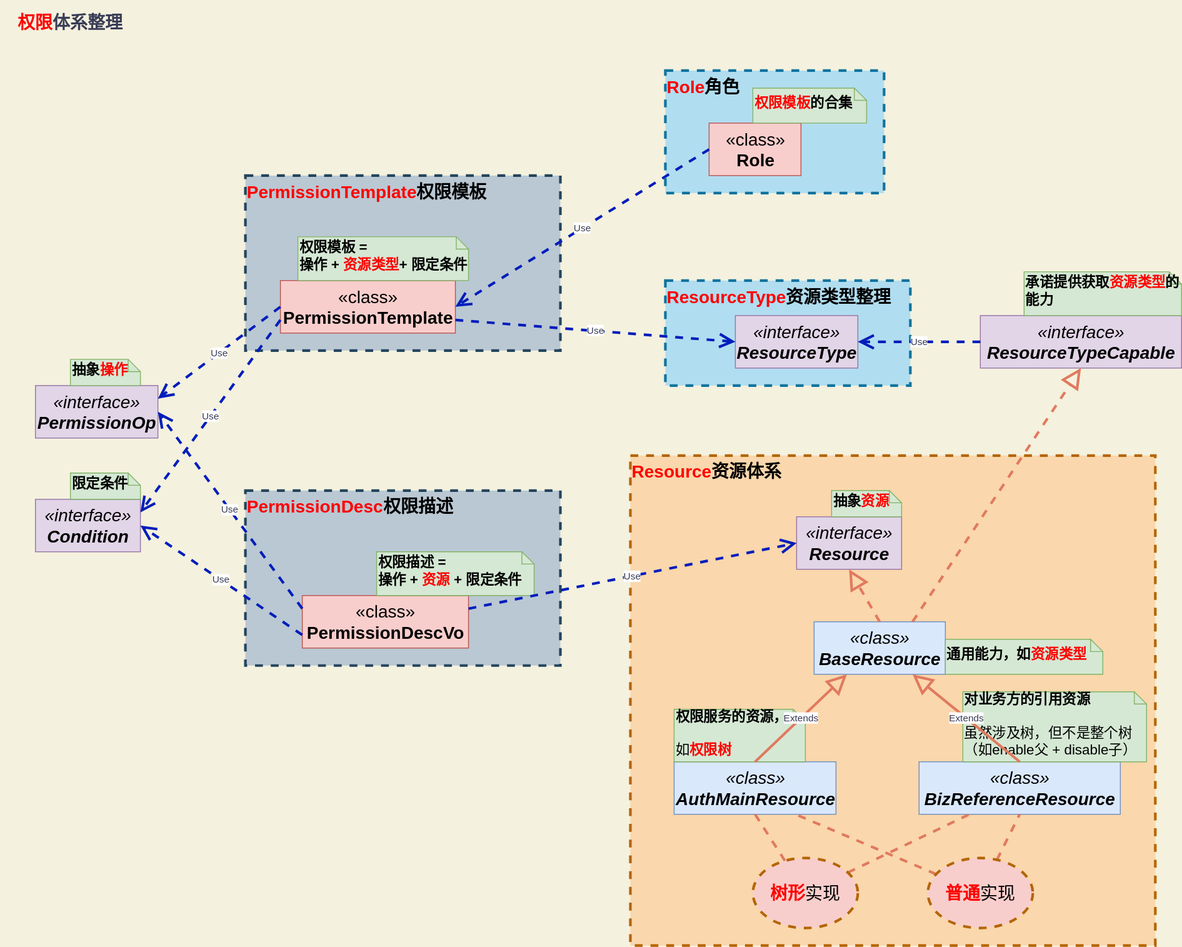
Above: src/main/resources/images/design/02_权限梳理.svg in Jinhua-Lee/Learning (draw.io), before the change. Source tidied: cells renumbered, new cells last; positions are measured from the earlier drawing's top-left corner, leaving out a move shared by most shapes.
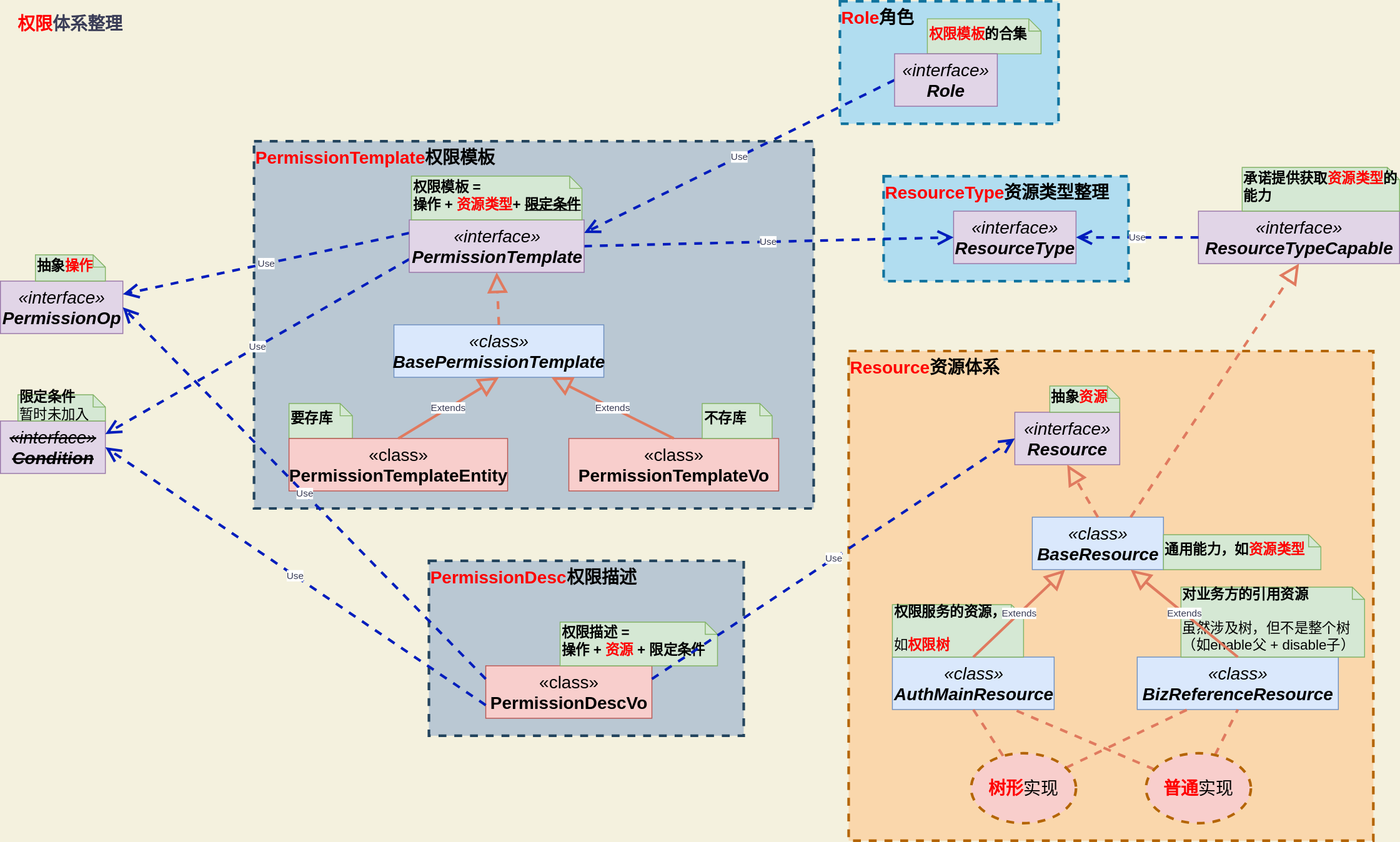
The same diagram one commit later.

Diff of the diagram source:
```diff
@@ -2,14 +2,23 @@
   <root>
     <mxCell id="0" />
     <mxCell id="1" parent="0" />
+    <mxCell id="36" value="&lt;b style=&quot;color: rgb(57 , 60 , 86) ; font-size: 20px ; text-align: center&quot;&gt;&lt;font color=&quot;#ff0000&quot;&gt;PermissionTemplate&lt;/font&gt;&lt;/b&gt;&lt;b style=&quot;font-size: 20px ; text-align: center&quot;&gt;&lt;font&gt;权限模板&lt;/font&gt;&lt;/b&gt;" style="rounded=0;whiteSpace=wrap;html=1;dashed=1;sketch=0;strokeColor=#23445d;strokeWidth=3;fillColor=#bac8d3;align=left;verticalAlign=top;" parent="1" vertex="1">
+      <mxGeometry x="40" y="280" width="640" height="420" as="geometry" />
+    </mxCell>
+    <mxCell id="47" value="&lt;font style=&quot;font-size: 16px&quot;&gt;&lt;b&gt;要存库&lt;/b&gt;&lt;br&gt;&lt;/font&gt;" style="shape=note;whiteSpace=wrap;html=1;size=14;verticalAlign=middle;align=left;spacingTop=-6;rounded=0;sketch=0;strokeColor=#82b366;fillColor=#d5e8d4;" parent="1" vertex="1">
+      <mxGeometry x="80" y="580" width="72.5" height="40" as="geometry" />
+    </mxCell>
+    <mxCell id="48" value="&lt;font style=&quot;font-size: 20px&quot;&gt;«class»&lt;br&gt;&lt;b&gt;PermissionTemplateEntity&lt;/b&gt;&lt;/font&gt;" style="html=1;rounded=0;sketch=0;strokeColor=#b85450;fillColor=#f8cecc;" parent="1" vertex="1">
+      <mxGeometry x="80" y="620" width="250" height="60" as="geometry" />
+    </mxCell>
     <mxCell id="2" value="&lt;b style=&quot;color: rgb(57 , 60 , 86) ; font-size: 20px ; text-align: center&quot;&gt;&lt;font color=&quot;#ff0000&quot;&gt;Resource&lt;/font&gt;&lt;/b&gt;&lt;b style=&quot;font-size: 20px ; text-align: center&quot;&gt;&lt;font&gt;资源体系&lt;/font&gt;&lt;/b&gt;" style="rounded=0;whiteSpace=wrap;html=1;dashed=1;sketch=0;strokeColor=#b46504;strokeWidth=3;fillColor=#fad7ac;align=left;verticalAlign=top;" parent="1" vertex="1">
       <mxGeometry x="720" y="520" width="600" height="560" as="geometry" />
     </mxCell>
     <mxCell id="3" value="&lt;font style=&quot;font-size: 20px&quot;&gt;&lt;b&gt;&lt;font color=&quot;#ff0000&quot;&gt;权限&lt;/font&gt;体系整理&lt;/b&gt;&lt;/font&gt;" style="text;html=1;strokeColor=none;fillColor=none;align=center;verticalAlign=middle;whiteSpace=wrap;rounded=0;dashed=1;sketch=0;fontColor=#393C56;" parent="1" vertex="1">
-      <mxGeometry width="160" height="50" as="geometry" />
+      <mxGeometry x="-250" y="120" width="160" height="50" as="geometry" />
     </mxCell>
     <mxCell id="4" value="&lt;b style=&quot;color: rgb(57 , 60 , 86) ; font-size: 20px ; text-align: center&quot;&gt;&lt;font color=&quot;#ff0000&quot;&gt;PermissionDesc&lt;/font&gt;&lt;/b&gt;&lt;b style=&quot;font-size: 20px ; text-align: center&quot;&gt;&lt;font&gt;权限描述&lt;/font&gt;&lt;/b&gt;" style="rounded=0;whiteSpace=wrap;html=1;dashed=1;sketch=0;strokeColor=#23445d;strokeWidth=3;fillColor=#bac8d3;align=left;verticalAlign=top;" parent="1" vertex="1">
-      <mxGeometry x="280" y="560" width="360" height="200" as="geometry" />
+      <mxGeometry x="240" y="760" width="360" height="200" as="geometry" />
     </mxCell>
     <mxCell id="5" value="&lt;font style=&quot;font-size: 20px&quot;&gt;&lt;i&gt;«interface»&lt;br&gt;&lt;b&gt;Resource&lt;/b&gt;&lt;/i&gt;&lt;/font&gt;" style="html=1;rounded=0;sketch=0;strokeColor=#9673a6;fillColor=#e1d5e7;" parent="1" vertex="1">
       <mxGeometry x="910" y="590" width="120" height="60" as="geometry" />
@@ -18,16 +27,16 @@
       <mxGeometry x="950" y="560" width="80" height="30" as="geometry" />
     </mxCell>
     <mxCell id="7" value="&lt;font style=&quot;font-size: 20px&quot;&gt;&lt;i&gt;«interface»&lt;br&gt;&lt;b&gt;PermissionOp&lt;/b&gt;&lt;/i&gt;&lt;/font&gt;" style="html=1;rounded=0;sketch=0;strokeColor=#9673a6;fillColor=#e1d5e7;" parent="1" vertex="1">
-      <mxGeometry x="40" y="440" width="140" height="60" as="geometry" />
+      <mxGeometry x="-250" y="440" width="140" height="60" as="geometry" />
     </mxCell>
     <mxCell id="8" value="&lt;font style=&quot;font-size: 16px&quot;&gt;&lt;b&gt;抽象&lt;font color=&quot;#ff0000&quot;&gt;操作&lt;/font&gt;&lt;/b&gt;&lt;br&gt;&lt;/font&gt;" style="shape=note;whiteSpace=wrap;html=1;size=14;verticalAlign=middle;align=left;spacingTop=-6;rounded=0;sketch=0;strokeColor=#82b366;fillColor=#d5e8d4;" parent="1" vertex="1">
-      <mxGeometry x="80" y="410" width="80" height="30" as="geometry" />
+      <mxGeometry x="-210" y="410" width="80" height="30" as="geometry" />
     </mxCell>
     <mxCell id="9" value="&lt;font style=&quot;font-size: 20px&quot;&gt;«class»&lt;br&gt;&lt;b&gt;PermissionDescVo&lt;/b&gt;&lt;/font&gt;" style="html=1;rounded=0;sketch=0;strokeColor=#b85450;fillColor=#f8cecc;" parent="1" vertex="1">
-      <mxGeometry x="345" y="680" width="190" height="60" as="geometry" />
+      <mxGeometry x="305" y="880" width="190" height="60" as="geometry" />
     </mxCell>
     <mxCell id="10" value="&lt;font style=&quot;font-size: 16px&quot;&gt;&lt;b&gt;权限描述 =&lt;br&gt;操作 + &lt;font color=&quot;#ff0000&quot;&gt;资源&lt;/font&gt; + 限定条件&lt;/b&gt;&lt;br&gt;&lt;/font&gt;" style="shape=note;whiteSpace=wrap;html=1;size=14;verticalAlign=middle;align=left;spacingTop=-6;rounded=0;sketch=0;strokeColor=#82b366;fillColor=#d5e8d4;" parent="1" vertex="1">
-      <mxGeometry x="430" y="630" width="180" height="50" as="geometry" />
+      <mxGeometry x="390" y="830" width="180" height="50" as="geometry" />
     </mxCell>
     <mxCell id="11" value="Use" style="endArrow=open;endSize=12;dashed=1;html=1;rounded=1;sketch=0;fontColor=#393C56;strokeColor=#001DBC;fillColor=#0050ef;strokeWidth=3;entryX=1;entryY=0.5;entryDx=0;entryDy=0;exitX=0;exitY=0.25;exitDx=0;exitDy=0;" parent="1" edge="1" source="9" target="7">
       <mxGeometry relative="1" as="geometry" />
@@ -35,11 +44,11 @@
     <mxCell id="12" value="Use" style="endArrow=open;endSize=12;dashed=1;html=1;rounded=1;sketch=0;fontColor=#393C56;strokeColor=#001DBC;fillColor=#0050ef;strokeWidth=3;entryX=0;entryY=0.5;entryDx=0;entryDy=0;exitX=1;exitY=0.25;exitDx=0;exitDy=0;" parent="1" edge="1" source="9" target="5">
       <mxGeometry relative="1" as="geometry" />
     </mxCell>
-    <mxCell id="13" value="&lt;font style=&quot;font-size: 20px&quot;&gt;&lt;i&gt;«interface»&lt;br&gt;&lt;b&gt;Condition&lt;/b&gt;&lt;/i&gt;&lt;/font&gt;" style="html=1;rounded=0;sketch=0;strokeColor=#9673a6;fillColor=#e1d5e7;" parent="1" vertex="1">
-      <mxGeometry x="40" y="570" width="120" height="60" as="geometry" />
+    <mxCell id="13" value="&lt;font style=&quot;font-size: 20px&quot;&gt;&lt;i&gt;&lt;strike&gt;«interface»&lt;br&gt;&lt;b&gt;Condition&lt;/b&gt;&lt;/strike&gt;&lt;/i&gt;&lt;/font&gt;" style="html=1;rounded=0;sketch=0;strokeColor=#9673a6;fillColor=#e1d5e7;" parent="1" vertex="1">
+      <mxGeometry x="-250" y="600" width="120" height="60" as="geometry" />
     </mxCell>
-    <mxCell id="14" value="&lt;font style=&quot;font-size: 16px&quot;&gt;&lt;b&gt;限定条件&lt;/b&gt;&lt;br&gt;&lt;/font&gt;" style="shape=note;whiteSpace=wrap;html=1;size=14;verticalAlign=middle;align=left;spacingTop=-6;rounded=0;sketch=0;strokeColor=#82b366;fillColor=#d5e8d4;" parent="1" vertex="1">
-      <mxGeometry x="80" y="540" width="80" height="30" as="geometry" />
+    <mxCell id="14" value="&lt;font style=&quot;font-size: 16px&quot;&gt;&lt;b&gt;限定条件&lt;br&gt;&lt;/b&gt;暂时未加入&lt;br&gt;&lt;/font&gt;" style="shape=note;whiteSpace=wrap;html=1;size=14;verticalAlign=middle;align=left;spacingTop=-6;rounded=0;sketch=0;strokeColor=#82b366;fillColor=#d5e8d4;" parent="1" vertex="1">
+      <mxGeometry x="-230" y="570" width="100" height="30" as="geometry" />
     </mxCell>
     <mxCell id="15" value="Use" style="endArrow=open;endSize=12;dashed=1;html=1;rounded=1;sketch=0;fontColor=#393C56;strokeColor=#001DBC;fillColor=#0050ef;strokeWidth=3;entryX=1;entryY=0.5;entryDx=0;entryDy=0;exitX=0;exitY=0.75;exitDx=0;exitDy=0;" parent="1" edge="1" source="9" target="13">
       <mxGeometry relative="1" as="geometry" />
@@ -104,38 +113,53 @@
     <mxCell id="35" value="&lt;font style=&quot;font-size: 20px&quot;&gt;&lt;i&gt;«interface»&lt;br&gt;&lt;b&gt;ResourceType&lt;/b&gt;&lt;/i&gt;&lt;/font&gt;" style="html=1;rounded=0;sketch=0;strokeColor=#9673a6;fillColor=#e1d5e7;" parent="1" vertex="1">
       <mxGeometry x="840" y="360" width="140" height="60" as="geometry" />
     </mxCell>
-    <mxCell id="36" value="&lt;b style=&quot;color: rgb(57 , 60 , 86) ; font-size: 20px ; text-align: center&quot;&gt;&lt;font color=&quot;#ff0000&quot;&gt;PermissionTemplate&lt;/font&gt;&lt;/b&gt;&lt;b style=&quot;font-size: 20px ; text-align: center&quot;&gt;&lt;font&gt;权限模板&lt;/font&gt;&lt;/b&gt;" style="rounded=0;whiteSpace=wrap;html=1;dashed=1;sketch=0;strokeColor=#23445d;strokeWidth=3;fillColor=#bac8d3;align=left;verticalAlign=top;" parent="1" vertex="1">
-      <mxGeometry x="280" y="200" width="360" height="200" as="geometry" />
-    </mxCell>
-    <mxCell id="37" value="&lt;font style=&quot;font-size: 20px&quot;&gt;«class»&lt;br&gt;&lt;b&gt;PermissionTemplate&lt;/b&gt;&lt;/font&gt;" style="html=1;rounded=0;sketch=0;strokeColor=#b85450;fillColor=#f8cecc;" parent="1" vertex="1">
-      <mxGeometry x="320" y="320" width="200" height="60" as="geometry" />
-    </mxCell>
-    <mxCell id="38" value="&lt;font style=&quot;font-size: 16px&quot;&gt;&lt;b&gt;权限模板 =&lt;br&gt;操作 + &lt;font color=&quot;#ff0000&quot;&gt;资源类型&lt;/font&gt;+ 限定条件&lt;/b&gt;&lt;br&gt;&lt;/font&gt;" style="shape=note;whiteSpace=wrap;html=1;size=14;verticalAlign=middle;align=left;spacingTop=-6;rounded=0;sketch=0;strokeColor=#82b366;fillColor=#d5e8d4;" parent="1" vertex="1">
-      <mxGeometry x="340" y="270" width="195" height="50" as="geometry" />
-    </mxCell>
     <mxCell id="39" value="Use" style="endArrow=open;endSize=12;dashed=1;html=1;rounded=1;sketch=0;fontColor=#393C56;strokeColor=#001DBC;fillColor=#0050ef;strokeWidth=3;entryX=1;entryY=0.5;entryDx=0;entryDy=0;exitX=0;exitY=0.5;exitDx=0;exitDy=0;" parent="1" edge="1" source="18" target="35">
       <mxGeometry relative="1" as="geometry" />
     </mxCell>
-    <mxCell id="40" value="Use" style="endArrow=open;endSize=12;dashed=1;html=1;rounded=1;sketch=0;fontColor=#393C56;strokeColor=#001DBC;fillColor=#0050ef;strokeWidth=3;entryX=0;entryY=0.5;entryDx=0;entryDy=0;exitX=1;exitY=0.75;exitDx=0;exitDy=0;" parent="1" edge="1" source="37" target="35">
+    <mxCell id="40" value="Use" style="endArrow=open;endSize=12;dashed=1;html=1;rounded=1;sketch=0;fontColor=#393C56;strokeColor=#001DBC;fillColor=#0050ef;strokeWidth=3;entryX=0;entryY=0.5;entryDx=0;entryDy=0;exitX=1;exitY=0.5;exitDx=0;exitDy=0;" parent="1" edge="1" source="49" target="35">
       <mxGeometry relative="1" as="geometry" />
     </mxCell>
-    <mxCell id="41" value="Use" style="endArrow=open;endSize=12;dashed=1;html=1;rounded=1;sketch=0;fontColor=#393C56;strokeColor=#001DBC;fillColor=#0050ef;strokeWidth=3;entryX=1;entryY=0.25;entryDx=0;entryDy=0;exitX=0;exitY=0.5;exitDx=0;exitDy=0;" parent="1" edge="1" source="37" target="7">
+    <mxCell id="41" value="Use" style="endArrow=open;endSize=12;dashed=1;html=1;rounded=1;sketch=0;fontColor=#393C56;strokeColor=#001DBC;fillColor=#0050ef;strokeWidth=3;entryX=1;entryY=0.25;entryDx=0;entryDy=0;exitX=0;exitY=0.25;exitDx=0;exitDy=0;" parent="1" edge="1" source="49" target="7">
       <mxGeometry relative="1" as="geometry" />
     </mxCell>
-    <mxCell id="42" value="Use" style="endArrow=open;endSize=12;dashed=1;html=1;rounded=1;sketch=0;fontColor=#393C56;strokeColor=#001DBC;fillColor=#0050ef;strokeWidth=3;entryX=1;entryY=0.25;entryDx=0;entryDy=0;exitX=0;exitY=0.75;exitDx=0;exitDy=0;" parent="1" edge="1" source="37" target="13">
+    <mxCell id="42" value="Use" style="endArrow=open;endSize=12;dashed=1;html=1;rounded=1;sketch=0;fontColor=#393C56;strokeColor=#001DBC;fillColor=#0050ef;strokeWidth=3;entryX=1;entryY=0.25;entryDx=0;entryDy=0;exitX=0;exitY=0.75;exitDx=0;exitDy=0;" parent="1" edge="1" source="49" target="13">
       <mxGeometry relative="1" as="geometry" />
     </mxCell>
     <mxCell id="43" value="&lt;b style=&quot;color: rgb(57 , 60 , 86) ; font-size: 20px ; text-align: center&quot;&gt;&lt;font color=&quot;#ff0000&quot;&gt;Role&lt;/font&gt;&lt;/b&gt;&lt;b style=&quot;font-size: 20px ; text-align: center&quot;&gt;&lt;font&gt;角色&lt;/font&gt;&lt;/b&gt;" style="rounded=0;whiteSpace=wrap;html=1;dashed=1;sketch=0;strokeColor=#10739e;strokeWidth=3;fillColor=#b1ddf0;align=left;verticalAlign=top;" parent="1" vertex="1">
-      <mxGeometry x="760" y="80" width="250" height="140" as="geometry" />
+      <mxGeometry x="710" y="120" width="250" height="140" as="geometry" />
     </mxCell>
-    <mxCell id="44" value="&lt;font style=&quot;font-size: 20px&quot;&gt;«class»&lt;br&gt;&lt;b&gt;Role&lt;/b&gt;&lt;/font&gt;" style="html=1;rounded=0;sketch=0;strokeColor=#b85450;fillColor=#f8cecc;" parent="1" vertex="1">
-      <mxGeometry x="810" y="140" width="105" height="60" as="geometry" />
-    </mxCell>
     <mxCell id="45" value="&lt;font style=&quot;font-size: 16px&quot;&gt;&lt;b&gt;&lt;font color=&quot;#ff0000&quot;&gt;权限模板&lt;/font&gt;的合集&lt;/b&gt;&lt;br&gt;&lt;/font&gt;" style="shape=note;whiteSpace=wrap;html=1;size=14;verticalAlign=middle;align=left;spacingTop=-6;rounded=0;sketch=0;strokeColor=#82b366;fillColor=#d5e8d4;" parent="1" vertex="1">
-      <mxGeometry x="860" y="100" width="130" height="40" as="geometry" />
+      <mxGeometry x="810" y="140" width="130" height="40" as="geometry" />
     </mxCell>
-    <mxCell id="46" value="Use" style="endArrow=open;endSize=12;dashed=1;html=1;rounded=1;sketch=0;fontColor=#393C56;strokeColor=#001DBC;fillColor=#0050ef;strokeWidth=3;entryX=1;entryY=0.5;entryDx=0;entryDy=0;exitX=0;exitY=0.5;exitDx=0;exitDy=0;" parent="1" edge="1" source="44" target="37">
+    <mxCell id="46" value="Use" style="endArrow=open;endSize=12;dashed=1;html=1;rounded=1;sketch=0;fontColor=#393C56;strokeColor=#001DBC;fillColor=#0050ef;strokeWidth=3;entryX=1;entryY=0.25;entryDx=0;entryDy=0;exitX=0;exitY=0.5;exitDx=0;exitDy=0;" parent="1" edge="1" source="56" target="49">
       <mxGeometry relative="1" as="geometry" />
     </mxCell>
+    <mxCell id="49" value="&lt;font style=&quot;font-size: 20px&quot;&gt;&lt;i&gt;«interface»&lt;br&gt;&lt;b&gt;PermissionTemplate&lt;/b&gt;&lt;/i&gt;&lt;/font&gt;" style="html=1;rounded=0;sketch=0;strokeColor=#9673a6;fillColor=#e1d5e7;" parent="1" vertex="1">
+      <mxGeometry x="217.5" y="370" width="200" height="60" as="geometry" />
+    </mxCell>
+    <mxCell id="50" value="&lt;font style=&quot;font-size: 20px&quot;&gt;&lt;i&gt;«class»&lt;br&gt;&lt;b&gt;BasePermissionTemplate&lt;/b&gt;&lt;/i&gt;&lt;/font&gt;" style="html=1;rounded=0;sketch=0;strokeColor=#6c8ebf;fillColor=#dae8fc;" parent="1" vertex="1">
+      <mxGeometry x="200" y="490" width="240" height="60" as="geometry" />
+    </mxCell>
+    <mxCell id="51" style="edgeStyle=none;jettySize=auto;html=1;entryX=0.5;entryY=1;entryDx=0;entryDy=0;dashed=1;fontColor=#393C56;endArrow=block;endFill=0;endSize=16;strokeColor=#E07A5F;strokeWidth=3;fillColor=#F2CC8F;exitX=0.5;exitY=0;exitDx=0;exitDy=0;" parent="1" edge="1" source="50" target="49">
+      <mxGeometry relative="1" as="geometry" />
+    </mxCell>
+    <mxCell id="52" value="&lt;font style=&quot;font-size: 20px&quot;&gt;«class»&lt;br&gt;&lt;b&gt;PermissionTemplateVo&lt;/b&gt;&lt;/font&gt;" style="html=1;rounded=0;sketch=0;strokeColor=#b85450;fillColor=#f8cecc;" parent="1" vertex="1">
+      <mxGeometry x="400" y="620" width="240" height="60" as="geometry" />
+    </mxCell>
+    <mxCell id="53" value="Extends" style="endArrow=block;endSize=16;endFill=0;html=1;strokeColor=#E07A5F;fillColor=#F2CC8F;fontColor=#393C56;entryX=0.5;entryY=1;entryDx=0;entryDy=0;strokeWidth=3;exitX=0.5;exitY=0;exitDx=0;exitDy=0;" parent="1" edge="1" source="48" target="50">
+      <mxGeometry relative="1" as="geometry" />
+    </mxCell>
+    <mxCell id="54" value="Extends" style="endArrow=block;endSize=16;endFill=0;html=1;strokeColor=#E07A5F;fillColor=#F2CC8F;fontColor=#393C56;entryX=0.75;entryY=1;entryDx=0;entryDy=0;strokeWidth=3;exitX=0.5;exitY=0;exitDx=0;exitDy=0;" parent="1" edge="1" source="52" target="50">
+      <mxGeometry relative="1" as="geometry" />
+    </mxCell>
+    <mxCell id="38" value="&lt;font style=&quot;font-size: 16px&quot;&gt;&lt;b&gt;权限模板 =&lt;br&gt;操作 + &lt;font color=&quot;#ff0000&quot;&gt;资源类型&lt;/font&gt;+ &lt;u&gt;&lt;strike&gt;限定条件&lt;/strike&gt;&lt;/u&gt;&lt;/b&gt;&lt;br&gt;&lt;/font&gt;" style="shape=note;whiteSpace=wrap;html=1;size=14;verticalAlign=middle;align=left;spacingTop=-6;rounded=0;sketch=0;strokeColor=#82b366;fillColor=#d5e8d4;" parent="1" vertex="1">
+      <mxGeometry x="220" y="320" width="195" height="50" as="geometry" />
+    </mxCell>
+    <mxCell id="55" value="&lt;font style=&quot;font-size: 16px&quot;&gt;&lt;b&gt;不存库&lt;/b&gt;&lt;br&gt;&lt;/font&gt;" style="shape=note;whiteSpace=wrap;html=1;size=14;verticalAlign=middle;align=left;spacingTop=-6;rounded=0;sketch=0;strokeColor=#82b366;fillColor=#d5e8d4;" parent="1" vertex="1">
+      <mxGeometry x="552.5" y="580" width="80" height="40" as="geometry" />
+    </mxCell>
+    <mxCell id="56" value="&lt;font style=&quot;font-size: 20px&quot;&gt;&lt;i&gt;«interface»&lt;br&gt;&lt;b&gt;Role&lt;/b&gt;&lt;/i&gt;&lt;/font&gt;" style="html=1;rounded=0;sketch=0;strokeColor=#9673a6;fillColor=#e1d5e7;" parent="1" vertex="1">
+      <mxGeometry x="772.5" y="180" width="117.5" height="60" as="geometry" />
+    </mxCell>
   </root>
 </mxGraphModel>
```
